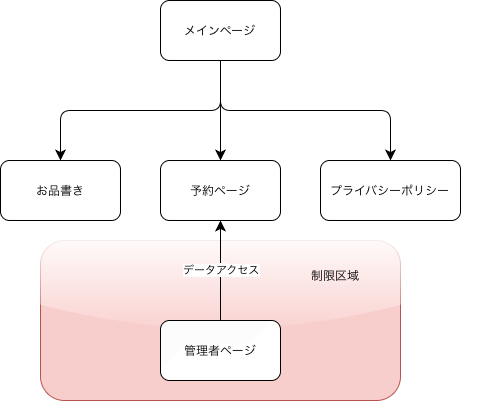
Paralleltraveler1801/shi-kuretto keeps this draw.io diagram as dataflow.drawio.png. Above is the earlier version. Source tidied: cells renumbered, new cells last; positions are measured from the earlier drawing's top-left corner, leaving out a move shared by most shapes.
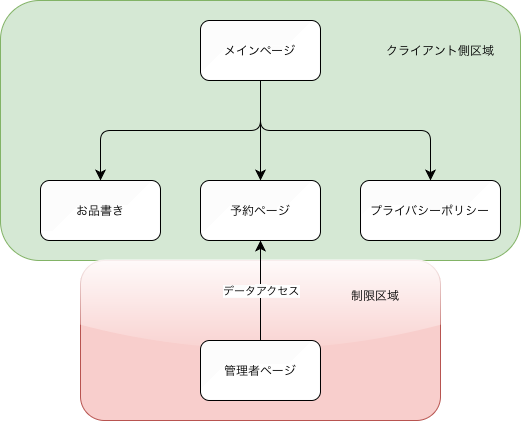
Above is the later version.

The edit, as a diff of the source:
```diff
@@ -2,6 +2,9 @@
   <root>
     <mxCell id="0" />
     <mxCell id="1" parent="0" />
+    <mxCell id="14" style="rounded=1;whiteSpace=wrap;html=1;fillColor=#d5e8d4;strokeColor=#82b366;" parent="1" vertex="1">
+      <mxGeometry x="-40" y="-20" width="520" height="260" as="geometry" />
+    </mxCell>
     <mxCell id="2" style="rounded=1;whiteSpace=wrap;html=1;fillColor=#f8cecc;strokeColor=#b85450;glass=1;" parent="1" vertex="1">
       <mxGeometry x="40" y="240" width="360" height="160" as="geometry" />
     </mxCell>
@@ -49,5 +52,8 @@
     <mxCell id="13" value="制限区域" style="text;html=1;whiteSpace=wrap;strokeColor=none;fillColor=none;align=center;verticalAlign=middle;rounded=0;" parent="1" vertex="1">
       <mxGeometry x="180" y="260" width="310" height="30" as="geometry" />
     </mxCell>
+    <mxCell id="15" value="クライアント側区域" style="text;html=1;whiteSpace=wrap;strokeColor=none;fillColor=none;align=center;verticalAlign=middle;rounded=0;" parent="1" vertex="1">
+      <mxGeometry x="340" y="10" width="120" height="40" as="geometry" />
+    </mxCell>
   </root>
 </mxGraphModel>
```
